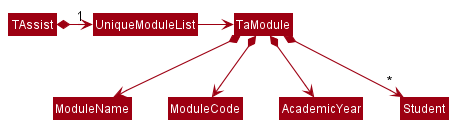
Before: docs/images/BetterModelTaModuleClassDiagram.png, a diagram exported from PlantUML (nus-cs2103-AY2122S2/tp).
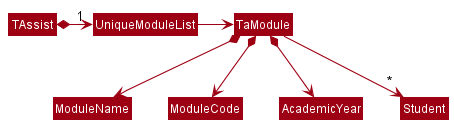
After the commit.

Diff of the diagram source:
```diff
@@ -10,5 +10,5 @@
 TaModule *--> ModuleName
 TaModule *--> ModuleCode
 TaModule *--> AcademicYear
-TaModule *--> "~*" Student
+TaModule --> "~*" Student
 @enduml
```
